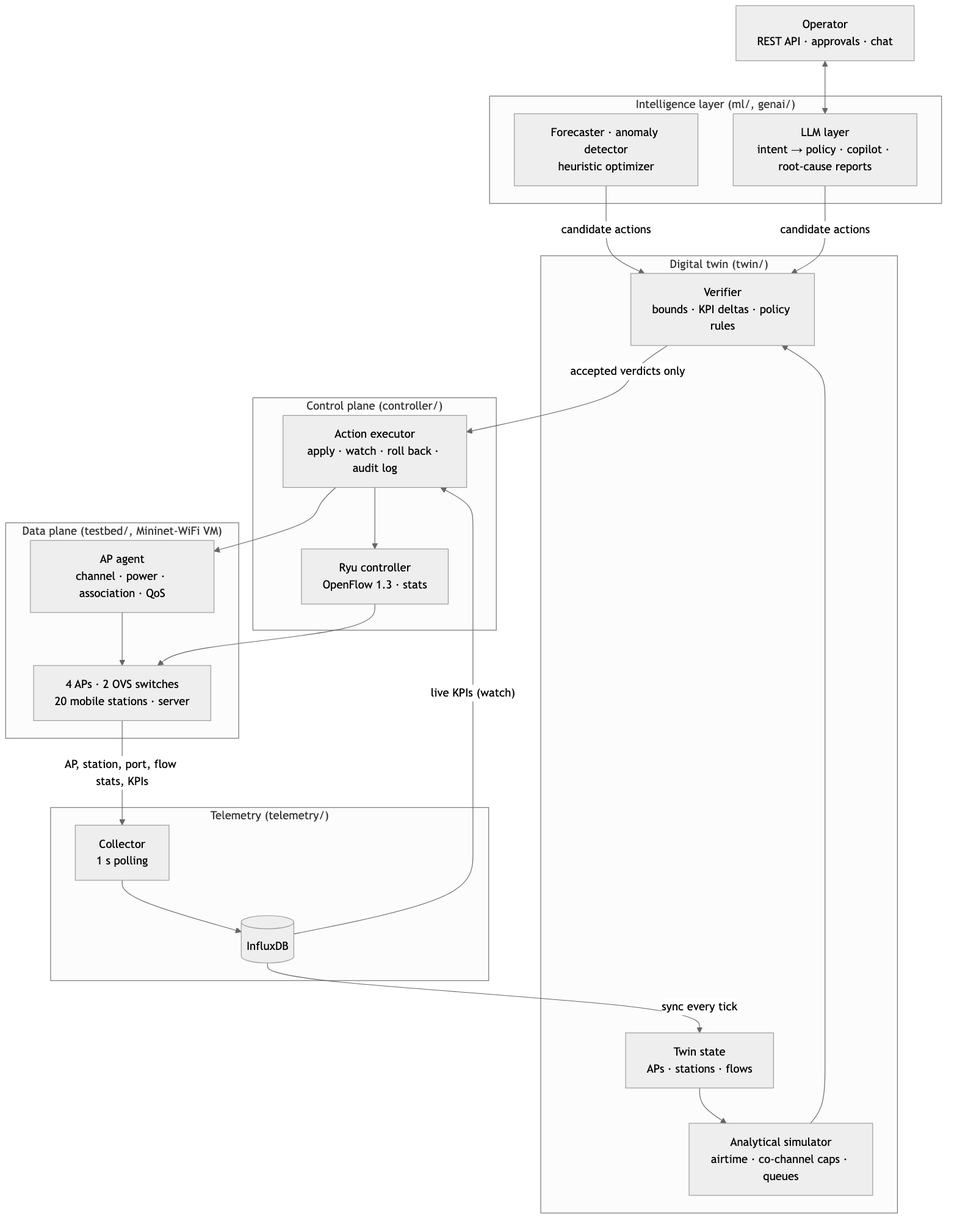
Above: docs/report/figures/fig-3-1.png in AggimallaAbhishek/Digital-Twin-SDN (Mermaid), before the change. Its source is kept beside it as docs/report/figures/fig-3-1.mmd. The source it was exported from:
```mermaid
flowchart TB
    OP["Operator<br/>REST API · approvals · chat"]

    subgraph INTEL["Intelligence layer (ml/, genai/)"]
        ML["Forecaster · anomaly detector<br/>heuristic optimizer"]
        LLM["LLM layer<br/>intent → policy · copilot · root-cause reports"]
    end

    subgraph TWIN["Digital twin (twin/)"]
        ST["Twin state<br/>APs · stations · flows"]
        SIM["Analytical simulator<br/>airtime · co-channel caps · queues"]
        VER["Verifier<br/>bounds · KPI deltas · policy rules"]
    end

    subgraph CTRL["Control plane (controller/)"]
        EXE["Action executor<br/>apply · watch · roll back · audit log"]
        RYU["Ryu controller<br/>OpenFlow 1.3 · stats"]
    end

    subgraph DATA["Data plane (testbed/, Mininet-WiFi VM)"]
        AGENT["AP agent<br/>channel · power · association · QoS"]
        NET["4 APs · 2 OVS switches<br/>20 mobile stations · server"]
    end

    subgraph TEL["Telemetry (telemetry/)"]
        COL["Collector<br/>1 s polling"]
        DB[("InfluxDB")]
    end

    OP <--> LLM
    ML -- "candidate actions" --> VER
    LLM -- "candidate actions" --> VER
    ST --> SIM --> VER
    VER -- "accepted verdicts only" --> EXE
    EXE --> AGENT
    EXE --> RYU
    AGENT --> NET
    RYU --> NET
    NET -- "AP, station, port, flow stats, KPIs" --> COL --> DB
    DB -- "sync every tick" --> ST
    DB -- "live KPIs (watch)" --> EXE
```
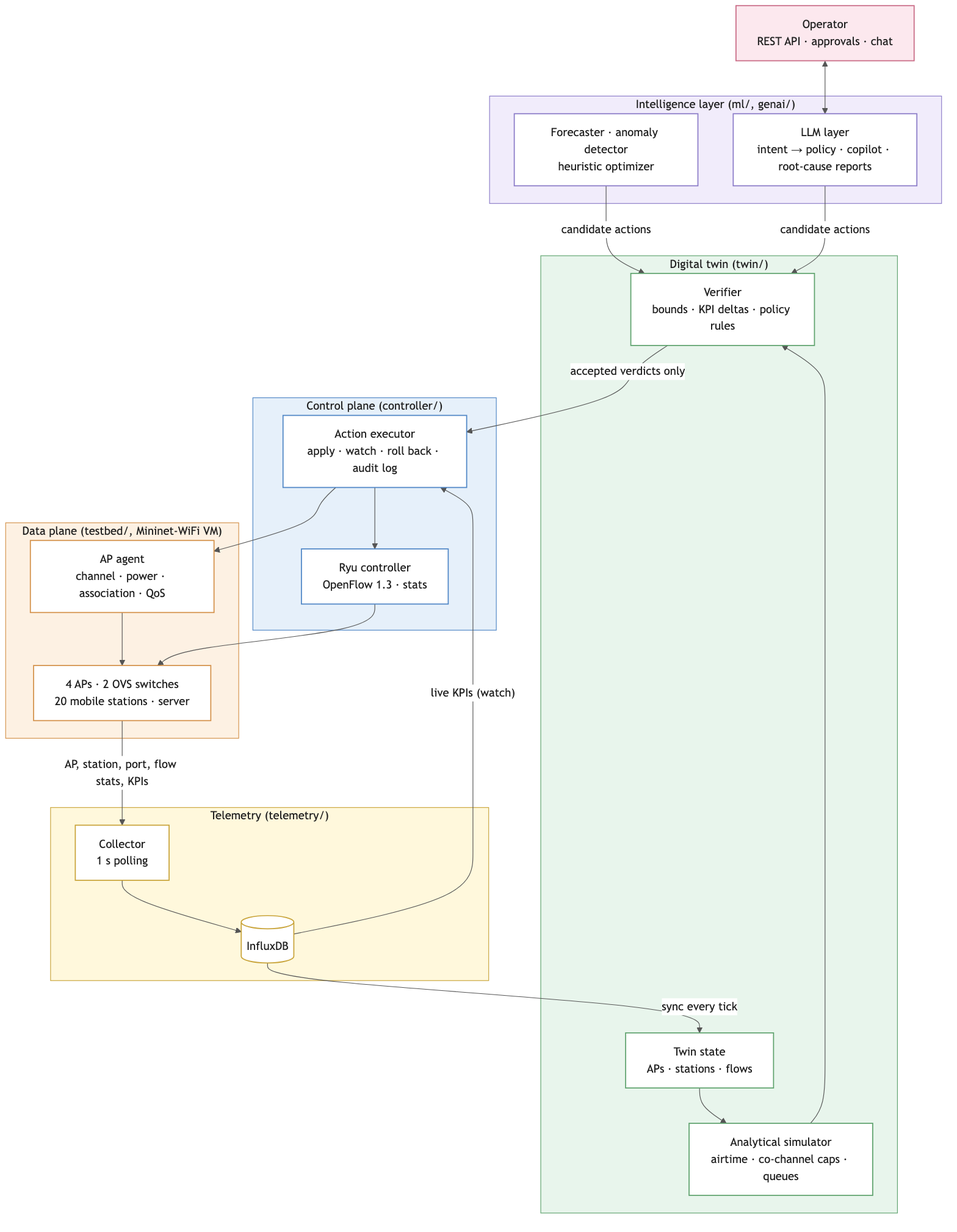
The same file after the commit.

The edit, as a diff of the source:
```diff
@@ -1,3 +1,4 @@
+%%{init: {"theme": "base", "themeVariables": {"primaryColor": "#ffffff", "primaryTextColor": "#222222", "primaryBorderColor": "#666666", "lineColor": "#555555", "edgeLabelBackground": "#ffffff", "clusterBkg": "#fafafa", "clusterBorder": "#999999"}}}%%
 flowchart TB
     OP["Operator<br/>REST API · approvals · chat"]
 
@@ -39,3 +40,21 @@
     NET -- "AP, station, port, flow stats, KPIs" --> COL --> DB
     DB -- "sync every tick" --> ST
     DB -- "live KPIs (watch)" --> EXE
+
+    style INTEL fill:#F1ECFB,stroke:#8B7BC8,color:#222222
+    style TWIN fill:#E8F5EC,stroke:#5FA36E,color:#222222
+    style CTRL fill:#E6F0FA,stroke:#4F86C6,color:#222222
+    style DATA fill:#FDF1E3,stroke:#D4914A,color:#222222
+    style TEL fill:#FFF8DC,stroke:#C9A43A,color:#222222
+    classDef op fill:#FCE8EE,stroke:#C96B86,stroke-width:1.5px
+    classDef intel fill:#ffffff,stroke:#8B7BC8,stroke-width:1.5px
+    classDef twin fill:#ffffff,stroke:#5FA36E,stroke-width:1.5px
+    classDef ctrl fill:#ffffff,stroke:#4F86C6,stroke-width:1.5px
+    classDef data fill:#ffffff,stroke:#D4914A,stroke-width:1.5px
+    classDef tel fill:#ffffff,stroke:#C9A43A,stroke-width:1.5px
+    class OP op
+    class ML,LLM intel
+    class ST,SIM,VER twin
+    class EXE,RYU ctrl
+    class AGENT,NET data
+    class COL,DB tel
```
